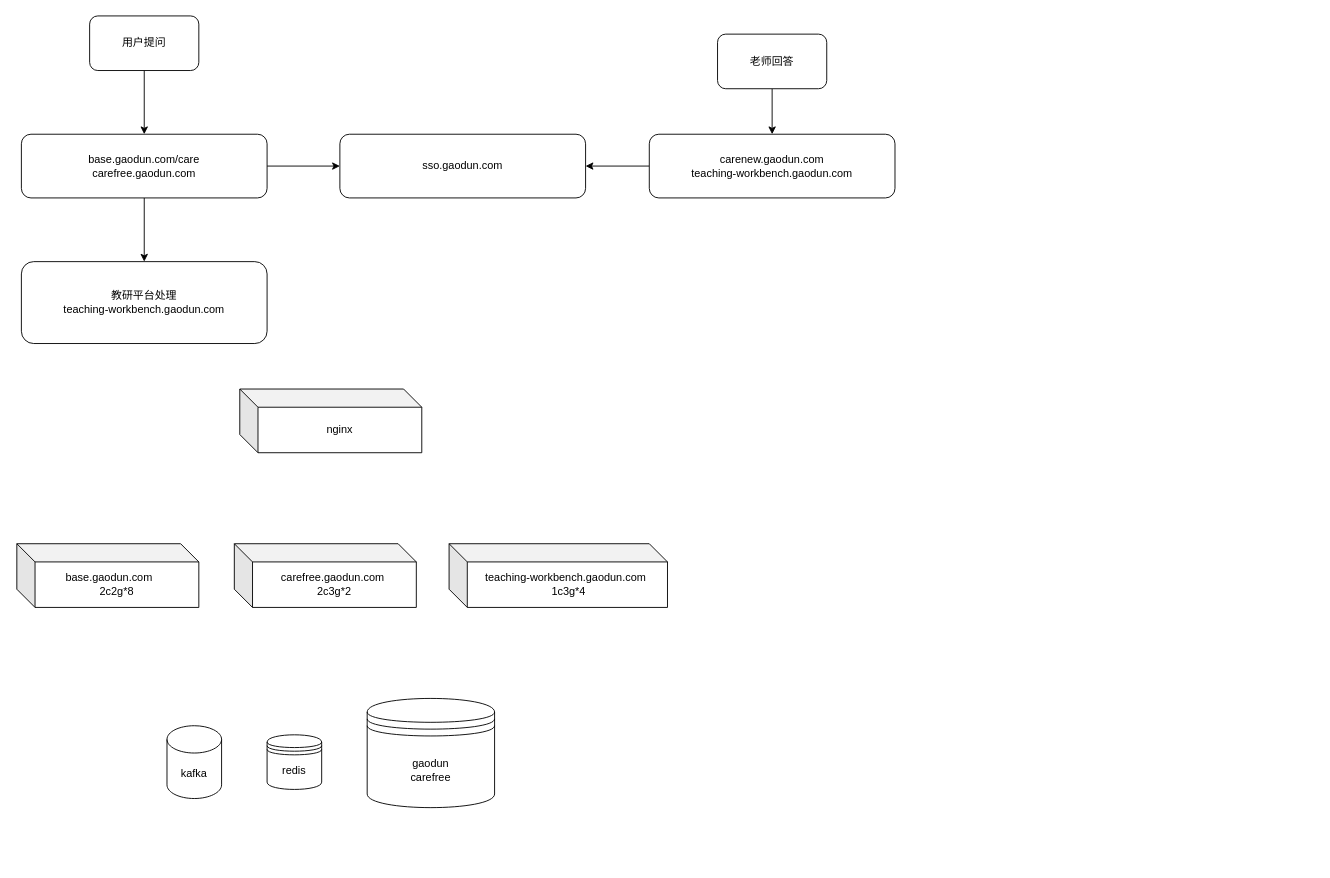
lxp521125/pic keeps this draw.io diagram as 教研.drawio. Above is the earlier version. Source tidied: cells renumbered, new cells numbered last; positions are measured from the earlier drawing's top-left corner, leaving out a move shared by most shapes. Both pictures are drawn from the tidied source at 91%, with x=0, y=0 at pixel (16, 15).
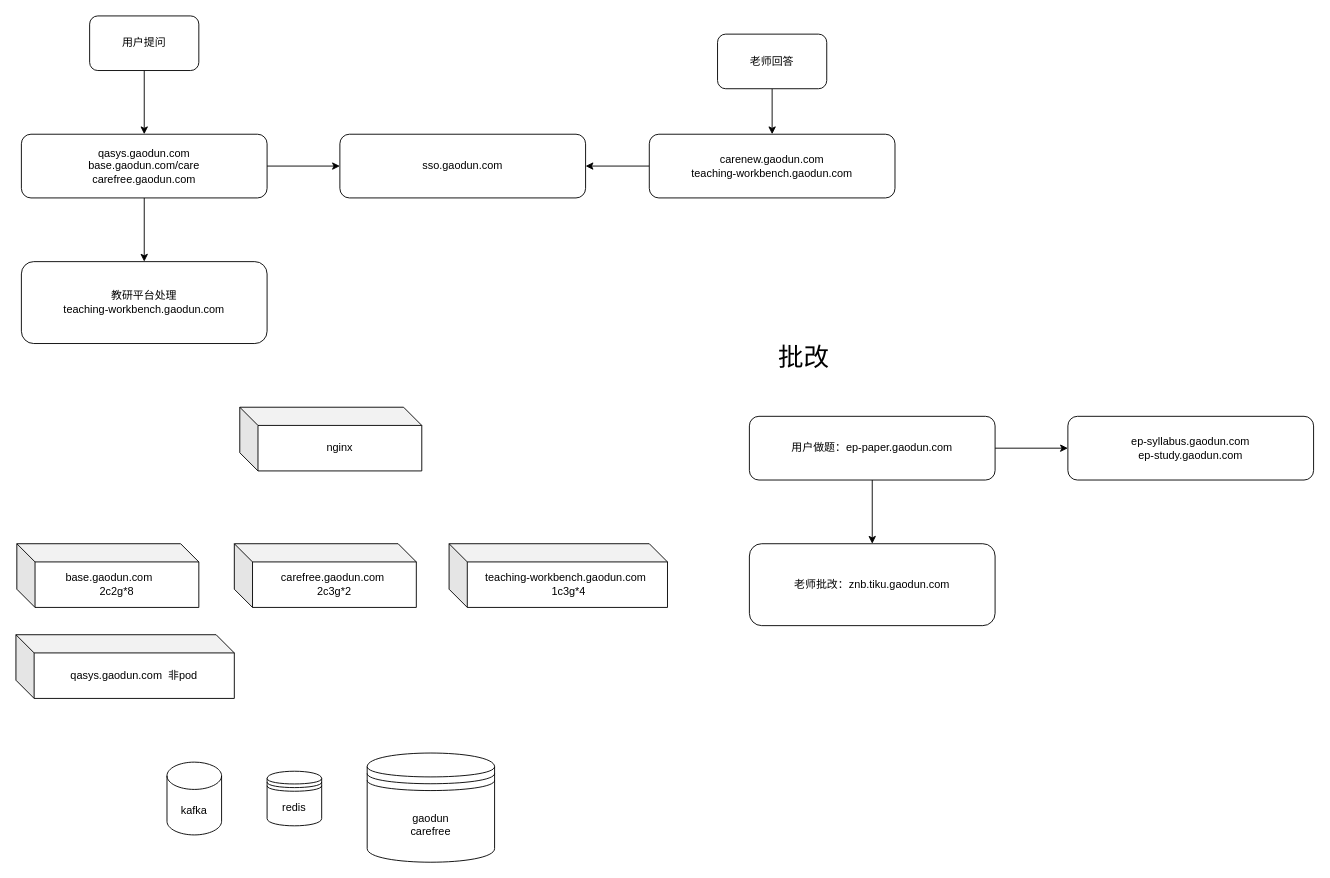
The same diagram, later.

What changed in the source:
```diff
@@
-    <mxCell id="6" value="base.gaodun.com/care&lt;br&gt;carefree.gaodun.com" style="rounded=1;whiteSpace=wrap;html=1;" parent="1" vertex="1">
+    <mxCell id="6" value="qasys.gaodun.com&lt;br&gt;base.gaodun.com/care&lt;br&gt;carefree.gaodun.com" style="rounded=1;whiteSpace=wrap;html=1;" parent="1" vertex="1">
       <mxGeometry x="5" y="130" width="270" height="70" as="geometry" />
     </mxCell>
@@
     <mxCell id="13" value="gaodun&lt;br&gt;carefree" style="shape=datastore;whiteSpace=wrap;html=1;" parent="1" vertex="1">
-      <mxGeometry x="385" y="750" width="140" height="120" as="geometry" />
+      <mxGeometry x="385" y="810" width="140" height="120" as="geometry" />
     </mxCell>
     <mxCell id="14" value="redis" style="shape=datastore;whiteSpace=wrap;html=1;" parent="1" vertex="1">
-      <mxGeometry x="275" y="790" width="60" height="60" as="geometry" />
+      <mxGeometry x="275" y="830" width="60" height="60" as="geometry" />
     </mxCell>
     <mxCell id="15" value="kafka" style="shape=cylinder3;whiteSpace=wrap;html=1;boundedLbl=1;backgroundOutline=1;size=15;" parent="1" vertex="1">
-      <mxGeometry x="165" y="780" width="60" height="80" as="geometry" />
+      <mxGeometry x="165" y="820" width="60" height="80" as="geometry" />
     </mxCell>
@@
     <mxCell id="17" value="nginx" style="shape=cube;whiteSpace=wrap;html=1;boundedLbl=1;backgroundOutline=1;darkOpacity=0.05;darkOpacity2=0.1;" parent="1" vertex="1">
-      <mxGeometry x="245" y="410" width="200" height="70" as="geometry" />
+      <mxGeometry x="245" y="430" width="200" height="70" as="geometry" />
     </mxCell>
@@
+    <mxCell id="20" value="qasys.gaodun.com&amp;nbsp; 非pod" style="shape=cube;whiteSpace=wrap;html=1;boundedLbl=1;backgroundOutline=1;darkOpacity=0.05;darkOpacity2=0.1;" parent="1" vertex="1">
+      <mxGeometry x="-1" y="680" width="240" height="70" as="geometry" />
+    </mxCell>
+    <mxCell id="21" style="edgeStyle=orthogonalEdgeStyle;rounded=0;jettySize=auto;html=1;" parent="1" edge="1" source="23" target="24">
+      <mxGeometry relative="1" as="geometry" />
+    </mxCell>
+    <mxCell id="22" style="edgeStyle=orthogonalEdgeStyle;rounded=0;jettySize=auto;html=1;fontSize=28;" parent="1" edge="1" source="23" target="26">
+      <mxGeometry relative="1" as="geometry" />
+    </mxCell>
+    <mxCell id="23" value="用户做题：ep-paper.gaodun.com" style="rounded=1;whiteSpace=wrap;html=1;" parent="1" vertex="1">
+      <mxGeometry x="805" y="440" width="270" height="70" as="geometry" />
+    </mxCell>
+    <mxCell id="24" value="老师批改：znb.tiku.gaodun.com" style="rounded=1;whiteSpace=wrap;html=1;" parent="1" vertex="1">
+      <mxGeometry x="805" y="580" width="270" height="90" as="geometry" />
+    </mxCell>
+    <mxCell id="25" value="批改" style="text;html=1;strokeColor=none;fillColor=none;align=center;verticalAlign=middle;whiteSpace=wrap;rounded=0;fontSize=28;" parent="1" vertex="1">
+      <mxGeometry x="805" y="360" width="120" height="30" as="geometry" />
+    </mxCell>
+    <mxCell id="26" value="ep-syllabus.gaodun.com&lt;br&gt;ep-study.gaodun.com" style="rounded=1;whiteSpace=wrap;html=1;" parent="1" vertex="1">
+      <mxGeometry x="1155" y="440" width="270" height="70" as="geometry" />
+    </mxCell>
```
